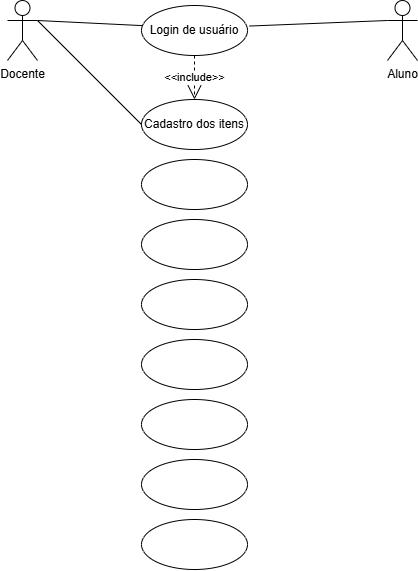
This is UC1/Diagramas de caso de uso/Briefing - Sala Maker - Diagrama de Casos de Uso.drawio.png from gaelos7k/Desenvolvimento-de-sistemas-Senac, a draw.io export, as it was before one commit. Source tidied: cells renumbered, new cells last; positions are measured from the earlier drawing's top-left corner, leaving out a move shared by most shapes.
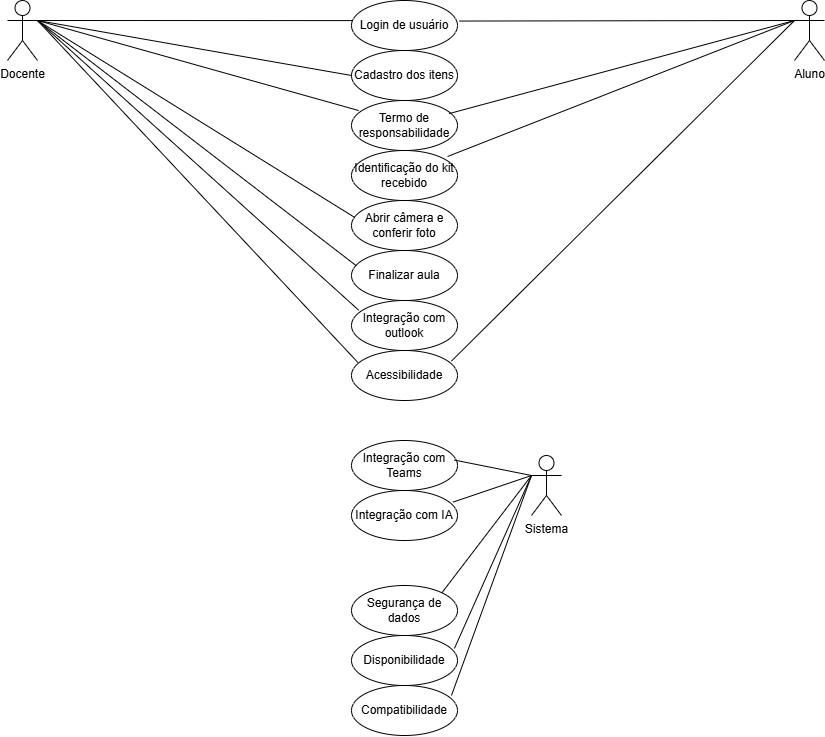
The same file after the commit.

Commit message:
Correção diagrama da cado de uso

Change to the diagram source:
```diff
@@ -3,37 +3,37 @@
     <mxCell id="0" />
     <mxCell id="1" parent="0" />
     <mxCell id="2" value="Login de usuário" style="ellipse;whiteSpace=wrap;html=1;" parent="1" vertex="1">
-      <mxGeometry x="134" y="5" width="106" height="50" as="geometry" />
+      <mxGeometry x="134" y="-15" width="106" height="50" as="geometry" />
     </mxCell>
     <mxCell id="3" value="Cadastro dos itens" style="ellipse;whiteSpace=wrap;html=1;" parent="1" vertex="1">
-      <mxGeometry x="134" y="99" width="106" height="50" as="geometry" />
+      <mxGeometry x="134" y="35" width="106" height="50" as="geometry" />
     </mxCell>
-    <mxCell id="4" style="ellipse;whiteSpace=wrap;html=1;" parent="1" vertex="1">
-      <mxGeometry x="134" y="159" width="106" height="50" as="geometry" />
-    </mxCell>
-    <mxCell id="5" style="ellipse;whiteSpace=wrap;html=1;" parent="1" vertex="1">
-      <mxGeometry x="134" y="219" width="106" height="50" as="geometry" />
-    </mxCell>
-    <mxCell id="6" style="ellipse;whiteSpace=wrap;html=1;" parent="1" vertex="1">
-      <mxGeometry x="134" y="279" width="106" height="50" as="geometry" />
-    </mxCell>
-    <mxCell id="7" style="ellipse;whiteSpace=wrap;html=1;" parent="1" vertex="1">
-      <mxGeometry x="134" y="339" width="106" height="50" as="geometry" />
-    </mxCell>
-    <mxCell id="8" style="ellipse;whiteSpace=wrap;html=1;" parent="1" vertex="1">
-      <mxGeometry x="134" y="399" width="106" height="50" as="geometry" />
-    </mxCell>
-    <mxCell id="9" style="ellipse;whiteSpace=wrap;html=1;" parent="1" vertex="1">
-      <mxGeometry x="134" y="459" width="106" height="50" as="geometry" />
-    </mxCell>
-    <mxCell id="10" style="ellipse;whiteSpace=wrap;html=1;" parent="1" vertex="1">
-      <mxGeometry x="134" y="519" width="106" height="50" as="geometry" />
-    </mxCell>
+    <mxCell id="17" value="Termo de responsabilidade" style="ellipse;whiteSpace=wrap;html=1;" parent="1" vertex="1">
+      <mxGeometry x="134" y="85" width="106" height="50" as="geometry" />
+    </mxCell>
+    <mxCell id="18" value="Identificação do kit recebido" style="ellipse;whiteSpace=wrap;html=1;" parent="1" vertex="1">
+      <mxGeometry x="134" y="135" width="106" height="50" as="geometry" />
+    </mxCell>
+    <mxCell id="19" value="Abrir câmera e conferir foto" style="ellipse;whiteSpace=wrap;html=1;" parent="1" vertex="1">
+      <mxGeometry x="134" y="185" width="106" height="50" as="geometry" />
+    </mxCell>
+    <mxCell id="20" value="Finalizar aula" style="ellipse;whiteSpace=wrap;html=1;" parent="1" vertex="1">
+      <mxGeometry x="134" y="235" width="106" height="50" as="geometry" />
+    </mxCell>
+    <mxCell id="21" value="Integração com outlook" style="ellipse;whiteSpace=wrap;html=1;" parent="1" vertex="1">
+      <mxGeometry x="134" y="285" width="106" height="50" as="geometry" />
+    </mxCell>
+    <mxCell id="22" value="Integração com Teams" style="ellipse;whiteSpace=wrap;html=1;" parent="1" vertex="1">
+      <mxGeometry x="134" y="425" width="106" height="50" as="geometry" />
+    </mxCell>
+    <mxCell id="23" value="Integração com IA" style="ellipse;whiteSpace=wrap;html=1;" parent="1" vertex="1">
+      <mxGeometry x="134" y="475" width="106" height="50" as="geometry" />
+    </mxCell>
     <mxCell id="11" value="Docente" style="shape=umlActor;verticalLabelPosition=bottom;verticalAlign=top;html=1;outlineConnect=0;" parent="1" vertex="1">
-      <mxGeometry width="30" height="60" as="geometry" />
+      <mxGeometry x="-210" y="-15" width="30" height="60" as="geometry" />
     </mxCell>
     <mxCell id="12" value="Aluno" style="shape=umlActor;verticalLabelPosition=bottom;verticalAlign=top;html=1;outlineConnect=0;" parent="1" vertex="1">
-      <mxGeometry x="380" width="30" height="60" as="geometry" />
+      <mxGeometry x="577" y="-15" width="30" height="60" as="geometry" />
     </mxCell>
     <mxCell id="13" style="endArrow=none;html=1;rounded=0;entryX=0;entryY=0.3333333333333333;entryDx=0;entryDy=0;entryPerimeter=0;exitX=1.017;exitY=0.411;exitDx=0;exitDy=0;exitPerimeter=0;" parent="1" edge="1" source="2" target="12">
       <mxGeometry relative="1" as="geometry" />
@@ -44,8 +44,59 @@
     <mxCell id="15" style="endArrow=none;html=1;rounded=0;entryX=1;entryY=0.3333333333333333;entryDx=0;entryDy=0;entryPerimeter=0;exitX=0;exitY=0.5;exitDx=0;exitDy=0;" parent="1" edge="1" source="3" target="11">
       <mxGeometry relative="1" as="geometry" />
     </mxCell>
-    <mxCell id="16" value="&amp;lt;&amp;lt;include&amp;gt;&amp;gt;" style="endArrow=open;endSize=12;dashed=1;html=1;rounded=0;exitX=0.5;exitY=1;exitDx=0;exitDy=0;entryX=0.5;entryY=0;entryDx=0;entryDy=0;" parent="1" edge="1" source="2" target="3">
-      <mxGeometry relative="1" as="geometry" />
-    </mxCell>
+    <mxCell id="24" style="endArrow=none;html=1;rounded=0;entryX=0;entryY=0.3333333333333333;entryDx=0;entryDy=0;entryPerimeter=0;exitX=0.921;exitY=0.262;exitDx=0;exitDy=0;exitPerimeter=0;" parent="1" edge="1" source="17" target="12">
+      <mxGeometry relative="1" as="geometry" />
+    </mxCell>
+    <mxCell id="25" style="endArrow=none;html=1;rounded=0;entryX=1;entryY=0.3333333333333333;entryDx=0;entryDy=0;entryPerimeter=0;exitX=0.068;exitY=0.201;exitDx=0;exitDy=0;exitPerimeter=0;" parent="1" edge="1" source="17" target="11">
+      <mxGeometry relative="1" as="geometry" />
+    </mxCell>
+    <mxCell id="26" style="endArrow=none;html=1;rounded=0;entryX=0;entryY=0.3333333333333333;entryDx=0;entryDy=0;entryPerimeter=0;exitX=0.906;exitY=0.12;exitDx=0;exitDy=0;exitPerimeter=0;" parent="1" edge="1" source="18" target="12">
+      <mxGeometry relative="1" as="geometry" />
+    </mxCell>
+    <mxCell id="27" style="endArrow=none;html=1;rounded=0;entryX=1;entryY=0.3333333333333333;entryDx=0;entryDy=0;entryPerimeter=0;exitX=0.032;exitY=0.341;exitDx=0;exitDy=0;exitPerimeter=0;" parent="1" edge="1" source="19" target="11">
+      <mxGeometry relative="1" as="geometry" />
+    </mxCell>
+    <mxCell id="28" style="endArrow=none;html=1;rounded=0;entryX=1;entryY=0.3333333333333333;entryDx=0;entryDy=0;entryPerimeter=0;exitX=0.046;exitY=0.306;exitDx=0;exitDy=0;exitPerimeter=0;" parent="1" edge="1" source="20" target="11">
+      <mxGeometry relative="1" as="geometry" />
+    </mxCell>
+    <mxCell id="29" style="endArrow=none;html=1;rounded=0;entryX=1;entryY=0.3333333333333333;entryDx=0;entryDy=0;entryPerimeter=0;exitX=0.068;exitY=0.194;exitDx=0;exitDy=0;exitPerimeter=0;" parent="1" edge="1" source="21" target="11">
+      <mxGeometry relative="1" as="geometry" />
+    </mxCell>
+    <mxCell id="30" value="Sistema" style="shape=umlActor;verticalLabelPosition=bottom;verticalAlign=top;html=1;outlineConnect=0;" parent="1" vertex="1">
+      <mxGeometry x="314" y="440" width="30" height="60" as="geometry" />
+    </mxCell>
+    <mxCell id="31" style="endArrow=none;html=1;rounded=0;entryX=0;entryY=0.3333333333333333;entryDx=0;entryDy=0;entryPerimeter=0;exitX=0.957;exitY=0.233;exitDx=0;exitDy=0;exitPerimeter=0;" parent="1" edge="1" source="23" target="30">
+      <mxGeometry relative="1" as="geometry" />
+    </mxCell>
+    <mxCell id="32" style="endArrow=none;html=1;rounded=0;entryX=0;entryY=0.3333333333333333;entryDx=0;entryDy=0;entryPerimeter=0;exitX=0.971;exitY=0.391;exitDx=0;exitDy=0;exitPerimeter=0;" parent="1" edge="1" source="22" target="30">
+      <mxGeometry relative="1" as="geometry" />
+    </mxCell>
+    <mxCell id="33" value="Disponibilidade" style="ellipse;whiteSpace=wrap;html=1;" parent="1" vertex="1">
+      <mxGeometry x="134" y="620" width="106" height="50" as="geometry" />
+    </mxCell>
+    <mxCell id="34" value="Compatibilidade" style="ellipse;whiteSpace=wrap;html=1;" parent="1" vertex="1">
+      <mxGeometry x="134" y="670" width="106" height="50" as="geometry" />
+    </mxCell>
+    <mxCell id="35" value="Segurança de dados" style="ellipse;whiteSpace=wrap;html=1;" parent="1" vertex="1">
+      <mxGeometry x="134" y="570" width="106" height="50" as="geometry" />
+    </mxCell>
+    <mxCell id="36" style="endArrow=none;html=1;rounded=0;entryX=0;entryY=0.3333333333333333;entryDx=0;entryDy=0;entryPerimeter=0;exitX=0.943;exitY=0.2;exitDx=0;exitDy=0;exitPerimeter=0;" parent="1" edge="1" source="34" target="30">
+      <mxGeometry relative="1" as="geometry" />
+    </mxCell>
+    <mxCell id="37" style="endArrow=none;html=1;rounded=0;entryX=0;entryY=0.3333333333333333;entryDx=0;entryDy=0;entryPerimeter=0;exitX=0.971;exitY=0.259;exitDx=0;exitDy=0;exitPerimeter=0;" parent="1" edge="1" source="33" target="30">
+      <mxGeometry relative="1" as="geometry" />
+    </mxCell>
+    <mxCell id="38" style="endArrow=none;html=1;rounded=0;entryX=0;entryY=0.3333333333333333;entryDx=0;entryDy=0;entryPerimeter=0;exitX=1;exitY=0;exitDx=0;exitDy=0;" parent="1" edge="1" source="35" target="30">
+      <mxGeometry relative="1" as="geometry" />
+    </mxCell>
+    <mxCell id="39" value="Acessibilidade" style="ellipse;whiteSpace=wrap;html=1;" parent="1" vertex="1">
+      <mxGeometry x="134" y="335" width="106" height="50" as="geometry" />
+    </mxCell>
+    <mxCell id="40" style="endArrow=none;html=1;rounded=0;entryX=1;entryY=0.3333333333333333;entryDx=0;entryDy=0;entryPerimeter=0;exitX=0.061;exitY=0.241;exitDx=0;exitDy=0;exitPerimeter=0;" parent="1" edge="1" source="39" target="11">
+      <mxGeometry relative="1" as="geometry" />
+    </mxCell>
+    <mxCell id="41" style="endArrow=none;html=1;rounded=0;exitX=0.943;exitY=0.212;exitDx=0;exitDy=0;exitPerimeter=0;entryX=0;entryY=0.3333333333333333;entryDx=0;entryDy=0;entryPerimeter=0;" parent="1" edge="1" source="39" target="12">
+      <mxGeometry relative="1" as="geometry" />
+    </mxCell>
   </root>
 </mxGraphModel>
```
